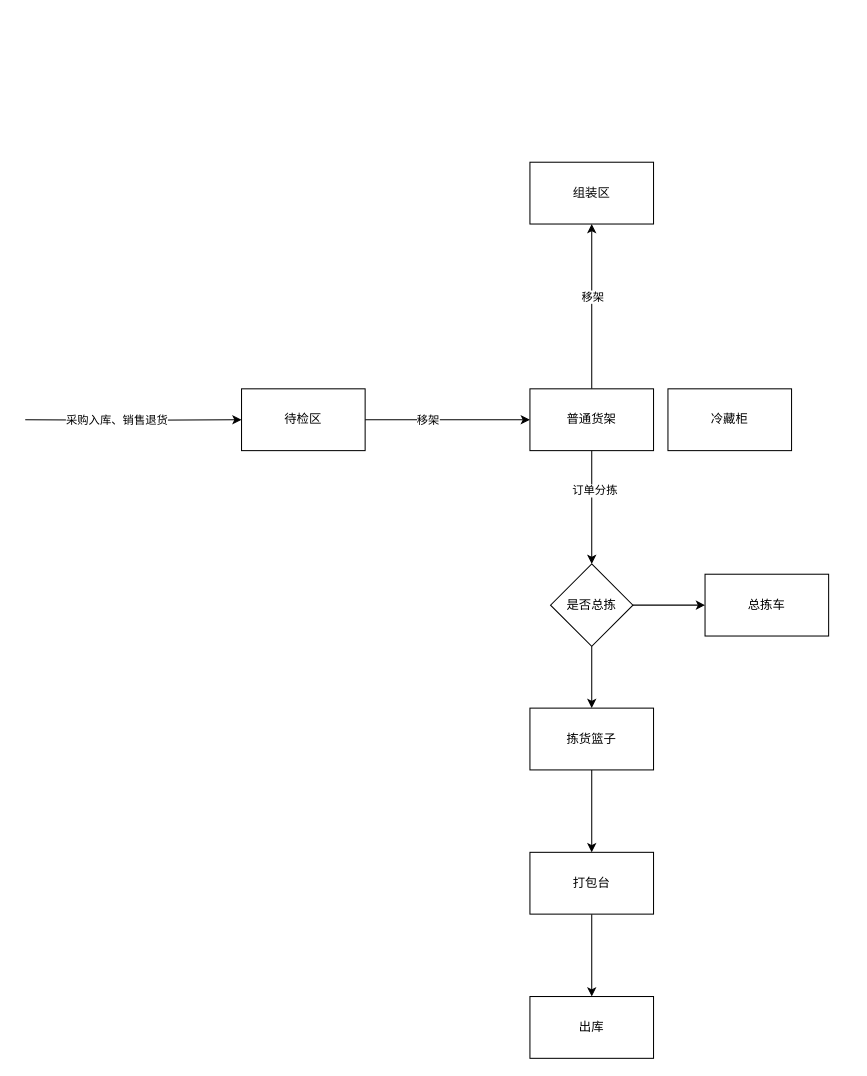
Before: ERP商品储位变化.drawio in linbingxing/mind, a draw.io diagram. Source tidied: cells renumbered, new cells numbered last; positions are measured from the earlier drawing's top-left corner, leaving out a move shared by most shapes. Both pictures are drawn from the tidied source at 103%, with x=0, y=0 at pixel (25, 162).
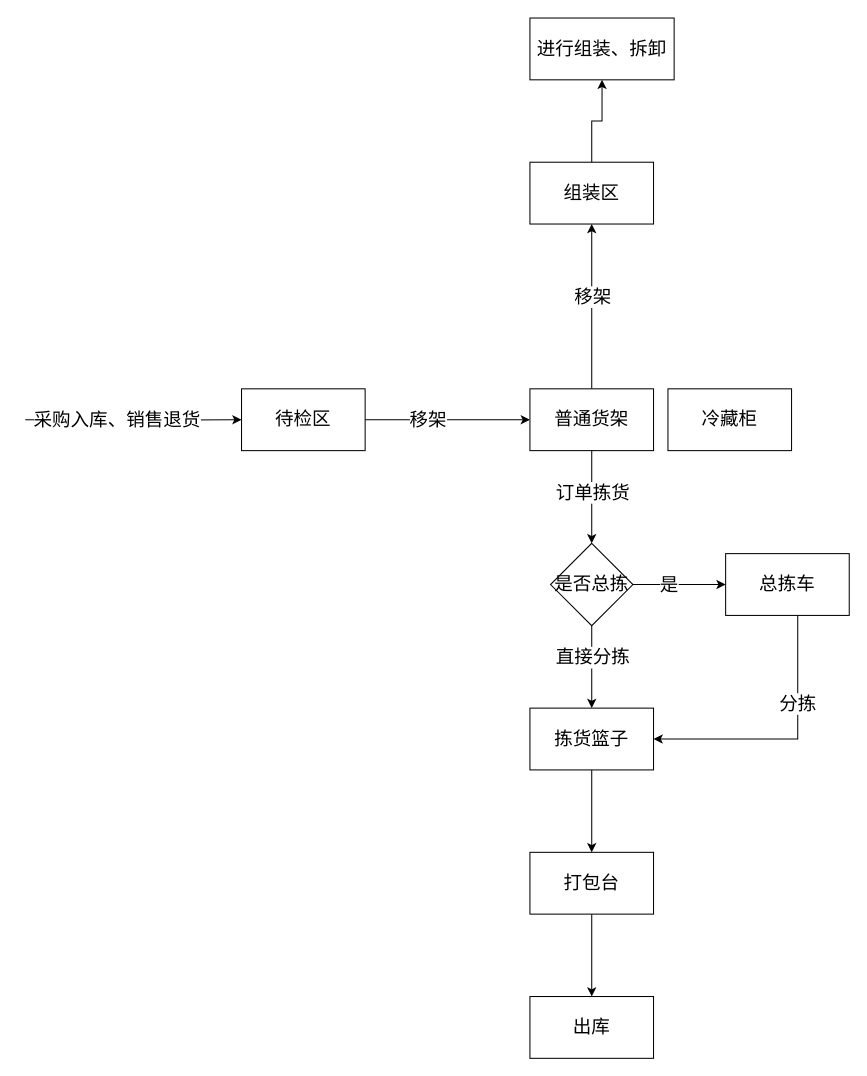
The same diagram, later.

Commit message (it also covers changes not shown here):
更新ERP商品储位变化.drawio

Change to the diagram source:
```diff
@@
-    <mxCell id="2" style="edgeStyle=orthogonalEdgeStyle;rounded=0;jettySize=auto;html=1;entryX=0;entryY=0.5;entryDx=0;entryDy=0;" parent="1" edge="1" source="4" target="14">
+    <mxCell id="2" style="edgeStyle=orthogonalEdgeStyle;rounded=0;jettySize=auto;html=1;entryX=0;entryY=0.5;entryDx=0;entryDy=0;fontSize=18;" parent="1" edge="1" source="4" target="14">
       <mxGeometry relative="1" as="geometry" />
     </mxCell>
-    <mxCell id="3" value="移架" style="edgeLabel;html=1;align=center;verticalAlign=middle;" parent="2" vertex="1">
+    <mxCell id="3" value="移架" style="edgeLabel;html=1;align=center;verticalAlign=middle;fontSize=18;" parent="2" vertex="1">
       <mxGeometry x="-0.25" relative="1" as="geometry" />
     </mxCell>
-    <mxCell id="4" value="待检区" style="rounded=0;whiteSpace=wrap;html=1;" parent="1" vertex="1">
+    <mxCell id="4" value="待检区" style="rounded=0;whiteSpace=wrap;html=1;fontSize=18;" parent="1" vertex="1">
       <mxGeometry x="210" y="220" width="120" height="60" as="geometry" />
     </mxCell>
-    <mxCell id="5" style="edgeStyle=orthogonalEdgeStyle;rounded=0;jettySize=auto;html=1;entryX=0.5;entryY=0;entryDx=0;entryDy=0;" parent="1" edge="1" source="6" target="9">
+    <mxCell id="5" style="edgeStyle=orthogonalEdgeStyle;rounded=0;jettySize=auto;html=1;entryX=0.5;entryY=0;entryDx=0;entryDy=0;fontSize=18;" parent="1" edge="1" source="6" target="9">
       <mxGeometry relative="1" as="geometry" />
     </mxCell>
-    <mxCell id="6" value="拣货篮子" style="rounded=0;whiteSpace=wrap;html=1;" parent="1" vertex="1">
+    <mxCell id="6" value="拣货篮子" style="rounded=0;whiteSpace=wrap;html=1;fontSize=18;" parent="1" vertex="1">
       <mxGeometry x="490" y="530" width="120" height="60" as="geometry" />
     </mxCell>
+    <mxCell id="23" style="edgeStyle=orthogonalEdgeStyle;rounded=0;jettySize=auto;html=1;entryX=1;entryY=0.5;entryDx=0;entryDy=0;fontSize=18;" parent="1" edge="1" source="7" target="6">
+      <mxGeometry relative="1" as="geometry">
+        <Array as="points">
+          <mxPoint x="750" y="560" />
+        </Array>
+      </mxGeometry>
+    </mxCell>
+    <mxCell id="24" value="分拣" style="edgeLabel;html=1;align=center;verticalAlign=middle;fontSize=18;" parent="23" vertex="1">
+      <mxGeometry x="-0.35" y="-1" relative="1" as="geometry" />
+    </mxCell>
-    <mxCell id="7" value="总拣车" style="rounded=0;whiteSpace=wrap;html=1;" parent="1" vertex="1">
-      <mxGeometry x="660" y="400" width="120" height="60" as="geometry" />
+    <mxCell id="7" value="总拣车" style="rounded=0;whiteSpace=wrap;html=1;fontSize=18;" parent="1" vertex="1">
+      <mxGeometry x="680" y="380" width="120" height="60" as="geometry" />
     </mxCell>
-    <mxCell id="8" style="edgeStyle=orthogonalEdgeStyle;rounded=0;jettySize=auto;html=1;" parent="1" edge="1" source="9" target="20">
+    <mxCell id="8" style="edgeStyle=orthogonalEdgeStyle;rounded=0;jettySize=auto;html=1;fontSize=18;" parent="1" edge="1" source="9" target="20">
       <mxGeometry relative="1" as="geometry" />
     </mxCell>
-    <mxCell id="9" value="打包台" style="rounded=0;whiteSpace=wrap;html=1;" parent="1" vertex="1">
+    <mxCell id="9" value="打包台" style="rounded=0;whiteSpace=wrap;html=1;fontSize=18;" parent="1" vertex="1">
       <mxGeometry x="490" y="670" width="120" height="60" as="geometry" />
     </mxCell>
-    <mxCell id="10" style="edgeStyle=orthogonalEdgeStyle;rounded=0;jettySize=auto;html=1;" parent="1" edge="1" source="14" target="19">
+    <mxCell id="10" style="edgeStyle=orthogonalEdgeStyle;rounded=0;jettySize=auto;html=1;fontSize=18;" parent="1" edge="1" source="14" target="19">
       <mxGeometry relative="1" as="geometry" />
     </mxCell>
-    <mxCell id="11" value="订单分拣" style="edgeLabel;html=1;align=center;verticalAlign=middle;" parent="10" vertex="1">
-      <mxGeometry x="-0.31" y="2" relative="1" as="geometry" />
+    <mxCell id="11" value="订单拣货" style="edgeLabel;html=1;align=center;verticalAlign=middle;fontSize=18;" parent="10" vertex="1">
+      <mxGeometry x="-0.31" y="2" relative="1" as="geometry">
+        <mxPoint x="-2" y="9" as="offset" />
+      </mxGeometry>
     </mxCell>
-    <mxCell id="12" style="edgeStyle=orthogonalEdgeStyle;rounded=0;jettySize=auto;html=1;" parent="1" edge="1" source="14" target="16">
+    <mxCell id="12" style="edgeStyle=orthogonalEdgeStyle;rounded=0;jettySize=auto;html=1;fontSize=18;" parent="1" edge="1" source="14" target="16">
       <mxGeometry relative="1" as="geometry" />
     </mxCell>
-    <mxCell id="13" value="移架" style="edgeLabel;html=1;align=center;verticalAlign=middle;" parent="12" vertex="1">
+    <mxCell id="13" value="移架" style="edgeLabel;html=1;align=center;verticalAlign=middle;fontSize=18;" parent="12" vertex="1">
       <mxGeometry x="0.12" relative="1" as="geometry" />
     </mxCell>
-    <mxCell id="14" value="普通货架" style="rounded=0;whiteSpace=wrap;html=1;" parent="1" vertex="1">
+    <mxCell id="14" value="普通货架" style="rounded=0;whiteSpace=wrap;html=1;fontSize=18;" parent="1" vertex="1">
       <mxGeometry x="490" y="220" width="120" height="60" as="geometry" />
     </mxCell>
-    <mxCell id="15" value="冷藏柜" style="rounded=0;whiteSpace=wrap;html=1;" parent="1" vertex="1">
+    <mxCell id="15" value="冷藏柜" style="rounded=0;whiteSpace=wrap;html=1;fontSize=18;" parent="1" vertex="1">
       <mxGeometry x="624" y="220" width="120" height="60" as="geometry" />
     </mxCell>
+    <mxCell id="25" style="edgeStyle=orthogonalEdgeStyle;rounded=0;jettySize=auto;html=1;fontSize=18;" parent="1" edge="1" source="16" target="28">
+      <mxGeometry relative="1" as="geometry" />
+    </mxCell>
-    <mxCell id="16" value="组装区" style="rounded=0;whiteSpace=wrap;html=1;" parent="1" vertex="1">
+    <mxCell id="16" value="组装区" style="rounded=0;whiteSpace=wrap;html=1;fontSize=18;" parent="1" vertex="1">
       <mxGeometry x="490" width="120" height="60" as="geometry" />
     </mxCell>
-    <mxCell id="17" style="edgeStyle=orthogonalEdgeStyle;rounded=0;jettySize=auto;html=1;entryX=0.5;entryY=0;entryDx=0;entryDy=0;" parent="1" edge="1" source="19" target="6">
-      <mxGeometry relative="1" as="geometry" />
+    <mxCell id="17" style="edgeStyle=orthogonalEdgeStyle;rounded=0;jettySize=auto;html=1;entryX=0.5;entryY=0;entryDx=0;entryDy=0;fontSize=18;" parent="1" edge="1" source="19" target="6">
+      <mxGeometry relative="1" as="geometry">
+        <Array as="points">
+          <mxPoint x="550" y="490" />
+          <mxPoint x="550" y="490" />
+        </Array>
+      </mxGeometry>
     </mxCell>
+    <mxCell id="26" value="直接分拣" style="edgeLabel;html=1;align=center;verticalAlign=middle;fontSize=18;" parent="17" vertex="1">
+      <mxGeometry x="-0.25" y="-1" relative="1" as="geometry">
+        <mxPoint x="1" as="offset" />
+      </mxGeometry>
+    </mxCell>
-    <mxCell id="18" style="edgeStyle=orthogonalEdgeStyle;rounded=0;jettySize=auto;html=1;entryX=0;entryY=0.5;entryDx=0;entryDy=0;" parent="1" edge="1" source="19" target="7">
+    <mxCell id="18" style="edgeStyle=orthogonalEdgeStyle;rounded=0;jettySize=auto;html=1;entryX=0;entryY=0.5;entryDx=0;entryDy=0;fontSize=18;" parent="1" edge="1" source="19" target="7">
       <mxGeometry relative="1" as="geometry" />
     </mxCell>
+    <mxCell id="27" value="是" style="edgeLabel;html=1;align=center;verticalAlign=middle;fontSize=18;" parent="18" vertex="1">
+      <mxGeometry x="-0.24" relative="1" as="geometry" />
+    </mxCell>
-    <mxCell id="19" value="是否总拣" style="rhombus;whiteSpace=wrap;html=1;rounded=0;" parent="1" vertex="1">
-      <mxGeometry x="510" y="390" width="80" height="80" as="geometry" />
+    <mxCell id="19" value="是否总拣" style="rhombus;whiteSpace=wrap;html=1;rounded=0;fontSize=18;" parent="1" vertex="1">
+      <mxGeometry x="510" y="370" width="80" height="80" as="geometry" />
     </mxCell>
-    <mxCell id="20" value="出库" style="whiteSpace=wrap;html=1;rounded=0;" parent="1" vertex="1">
+    <mxCell id="20" value="出库" style="whiteSpace=wrap;html=1;rounded=0;fontSize=18;" parent="1" vertex="1">
       <mxGeometry x="490" y="810" width="120" height="60" as="geometry" />
     </mxCell>
-    <mxCell id="21" style="edgeStyle=orthogonalEdgeStyle;rounded=0;jettySize=auto;html=1;" parent="1" edge="1" target="4">
+    <mxCell id="21" style="edgeStyle=orthogonalEdgeStyle;rounded=0;jettySize=auto;html=1;fontSize=18;" parent="1" edge="1" target="4">
       <mxGeometry relative="1" as="geometry">
         <mxPoint y="250" as="sourcePoint" />
       </mxGeometry>
     </mxCell>
-    <mxCell id="22" value="采购入库、销售退货" style="edgeLabel;html=1;align=center;verticalAlign=middle;" parent="21" vertex="1">
+    <mxCell id="22" value="采购入库、销售退货" style="edgeLabel;html=1;align=center;verticalAlign=middle;fontSize=18;" parent="21" vertex="1">
       <mxGeometry x="-0.15" relative="1" as="geometry" />
     </mxCell>
+    <mxCell id="28" value="进行组装、拆卸" style="whiteSpace=wrap;html=1;rounded=0;fontSize=18;" parent="1" vertex="1">
+      <mxGeometry x="490" y="-140" width="140" height="60" as="geometry" />
+    </mxCell>
```
